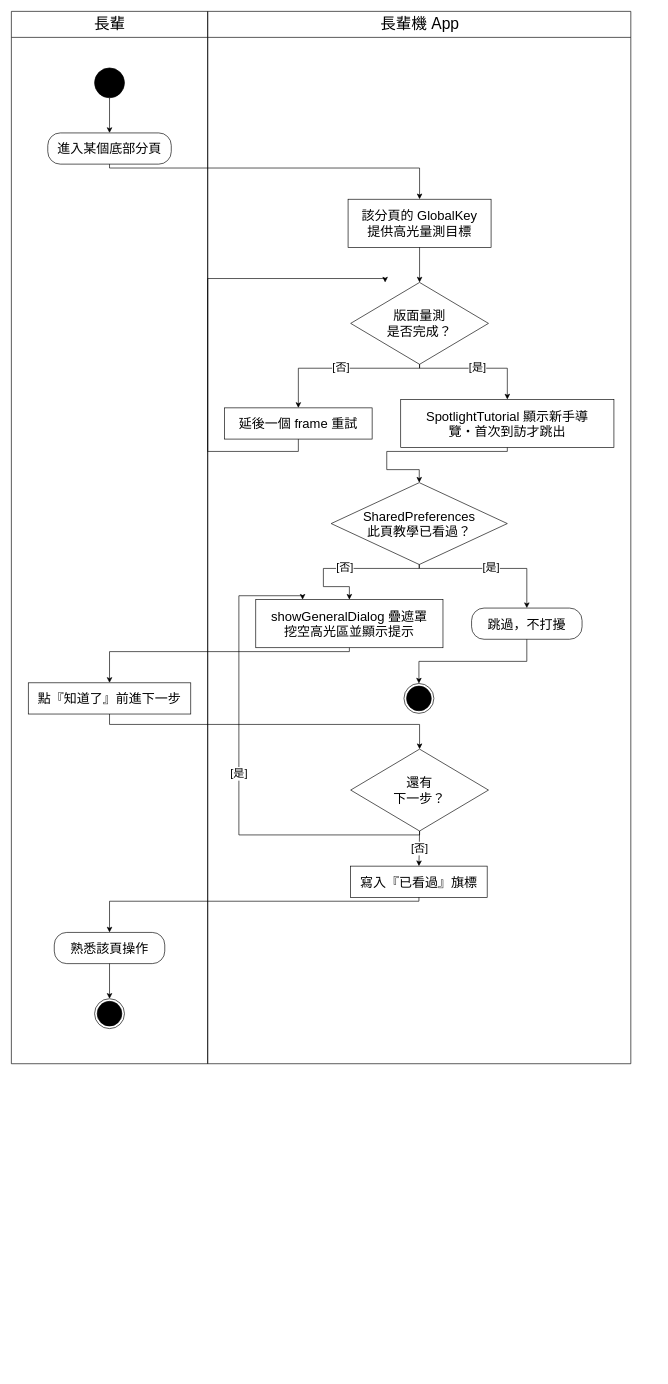
This is Uban System Documents/drawio圖/A09-新手引導.drawio from HuangYu-Kai/Uban, a draw.io file, before an edit. Source tidied: cells renumbered, new cells numbered last; positions are measured from the earlier drawing's top-left corner, leaving out a move shared by most shapes. Both pictures are drawn from the tidied source at 65%, with x=0, y=0 at pixel (11, 11).
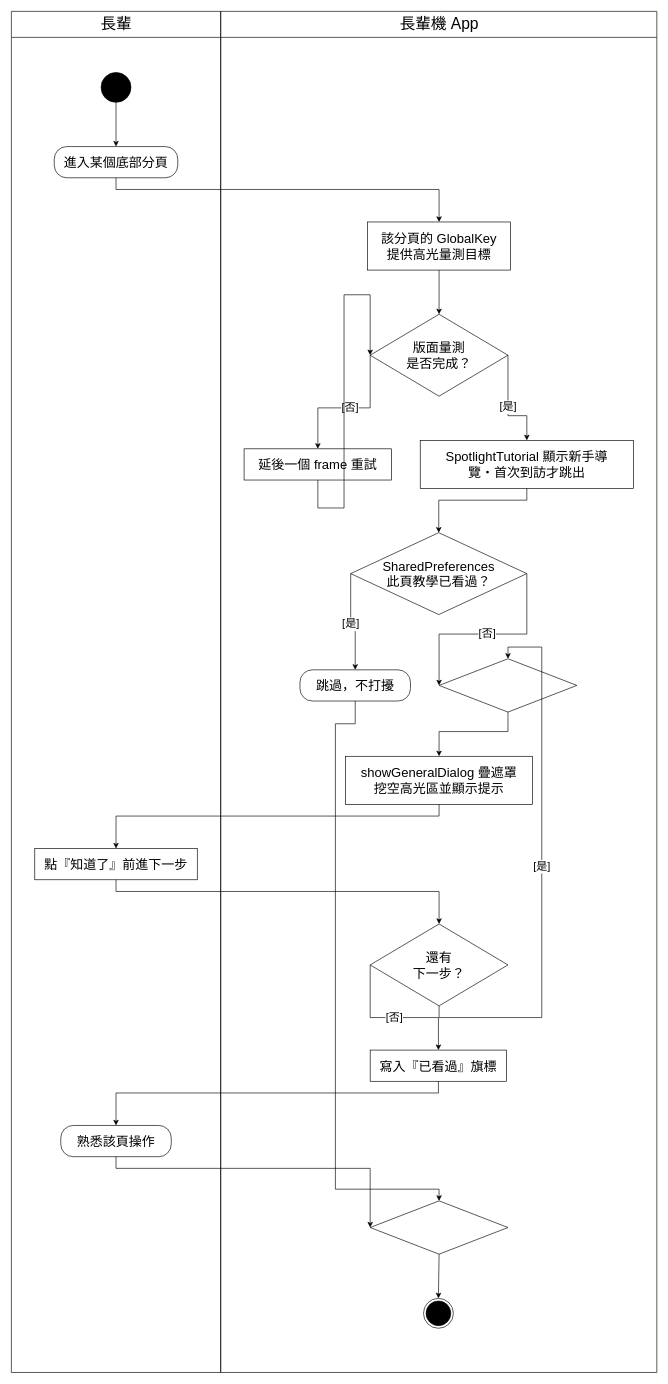
The same diagram, later.

What changed in the source:
```diff
@@
     <mxCell id="2" value="長輩" style="swimlane;html=1;horizontal=1;startSize=40;fillColor=none;strokeColor=#000000;fontSize=24;fontColor=#000000;fontStyle=0;swimlaneFillColor=none;" parent="1" vertex="1">
-      <mxGeometry width="302" height="1619" as="geometry" />
+      <mxGeometry width="322" height="2094" as="geometry" />
     </mxCell>
     <mxCell id="3" value="長輩機 App" style="swimlane;html=1;horizontal=1;startSize=40;fillColor=none;strokeColor=#000000;fontSize=24;fontColor=#000000;fontStyle=0;swimlaneFillColor=none;" parent="1" vertex="1">
-      <mxGeometry x="302" width="651" height="1619" as="geometry" />
+      <mxGeometry x="322" width="671" height="2094" as="geometry" />
     </mxCell>
     <mxCell id="4" style="ellipse;html=1;fillColor=#000000;strokeColor=#000000;" parent="2" vertex="1">
-      <mxGeometry x="128" y="87" width="46" height="46" as="geometry" />
+      <mxGeometry x="138" y="94" width="46" height="46" as="geometry" />
     </mxCell>
     <mxCell id="5" value="進入某個底部分頁" style="rounded=1;arcSize=40;whiteSpace=wrap;html=1;fillColor=#FFFFFF;strokeColor=#000000;fontSize=20;fontColor=#000000;" parent="2" vertex="1">
-      <mxGeometry x="56" y="187" width="190" height="48" as="geometry" />
+      <mxGeometry x="66" y="208" width="190" height="48" as="geometry" />
     </mxCell>
     <mxCell id="6" value="點『知道了』前進下一步" style="rounded=0;whiteSpace=wrap;html=1;fillColor=#FFFFFF;strokeColor=#000000;fontSize=20;fontColor=#000000;" parent="2" vertex="1">
-      <mxGeometry x="26" y="1033" width="250" height="48" as="geometry" />
+      <mxGeometry x="36" y="1288" width="250" height="48" as="geometry" />
     </mxCell>
     <mxCell id="7" value="熟悉該頁操作" style="rounded=1;arcSize=40;whiteSpace=wrap;html=1;fillColor=#FFFFFF;strokeColor=#000000;fontSize=20;fontColor=#000000;" parent="2" vertex="1">
-      <mxGeometry x="66" y="1417" width="170" height="48" as="geometry" />
+      <mxGeometry x="76" y="1714" width="170" height="48" as="geometry" />
     </mxCell>
-    <mxCell id="8" style="ellipse;html=1;shape=endState;fillColor=#000000;strokeColor=#000000;" parent="2" vertex="1">
-      <mxGeometry x="128" y="1519" width="46" height="46" as="geometry" />
-    </mxCell>
     <mxCell id="9" value="該分頁的 GlobalKey&lt;br&gt;提供高光量測目標" style="rounded=0;whiteSpace=wrap;html=1;fillColor=#FFFFFF;strokeColor=#000000;fontSize=20;fontColor=#000000;" parent="3" vertex="1">
-      <mxGeometry x="216" y="289" width="220" height="74" as="geometry" />
+      <mxGeometry x="226" y="324" width="220" height="74" as="geometry" />
     </mxCell>
     <mxCell id="10" value="版面量測&lt;br&gt;是否完成？" style="rhombus;whiteSpace=wrap;html=1;fillColor=#FFFFFF;strokeColor=#000000;fontSize=20;fontColor=#000000;" parent="3" vertex="1">
-      <mxGeometry x="220" y="417" width="212" height="126" as="geometry" />
+      <mxGeometry x="230" y="466" width="212" height="126" as="geometry" />
     </mxCell>
     <mxCell id="11" value="延後一個 frame 重試" style="rounded=0;whiteSpace=wrap;html=1;fillColor=#FFFFFF;strokeColor=#000000;fontSize=20;fontColor=#000000;" parent="3" vertex="1">
-      <mxGeometry x="26" y="610" width="227" height="48" as="geometry" />
+      <mxGeometry x="36" y="673" width="227" height="48" as="geometry" />
     </mxCell>
     <mxCell id="12" value="SpotlightTutorial 顯示新手導&lt;br&gt;覽・首次到訪才跳出" style="rounded=0;whiteSpace=wrap;html=1;fillColor=#FFFFFF;strokeColor=#000000;fontSize=20;fontColor=#000000;" parent="3" vertex="1">
-      <mxGeometry x="297" y="597" width="328" height="74" as="geometry" />
+      <mxGeometry x="307" y="660" width="328" height="74" as="geometry" />
     </mxCell>
     <mxCell id="13" value="SharedPreferences&lt;br&gt;此頁教學已看過？" style="rhombus;whiteSpace=wrap;html=1;fillColor=#FFFFFF;strokeColor=#000000;fontSize=20;fontColor=#000000;" parent="3" vertex="1">
-      <mxGeometry x="190" y="725" width="271" height="126" as="geometry" />
+      <mxGeometry x="200" y="802" width="271" height="126" as="geometry" />
     </mxCell>
     <mxCell id="14" value="showGeneralDialog 疊遮罩&lt;br&gt;挖空高光區並顯示提示" style="rounded=0;whiteSpace=wrap;html=1;fillColor=#FFFFFF;strokeColor=#000000;fontSize=20;fontColor=#000000;" parent="3" vertex="1">
-      <mxGeometry x="74" y="905" width="288" height="74" as="geometry" />
+      <mxGeometry x="192" y="1146" width="288" height="74" as="geometry" />
     </mxCell>
     <mxCell id="15" value="還有&lt;br&gt;下一步？" style="rhombus;whiteSpace=wrap;html=1;fillColor=#FFFFFF;strokeColor=#000000;fontSize=20;fontColor=#000000;" parent="3" vertex="1">
-      <mxGeometry x="220" y="1135" width="212" height="126" as="geometry" />
+      <mxGeometry x="230" y="1404" width="212" height="126" as="geometry" />
     </mxCell>
     <mxCell id="16" value="寫入『已看過』旗標" style="rounded=0;whiteSpace=wrap;html=1;fillColor=#FFFFFF;strokeColor=#000000;fontSize=20;fontColor=#000000;" parent="3" vertex="1">
-      <mxGeometry x="220" y="1315" width="210" height="48" as="geometry" />
+      <mxGeometry x="230" y="1598" width="210" height="48" as="geometry" />
     </mxCell>
     <mxCell id="17" value="跳過，不打擾" style="rounded=1;arcSize=40;whiteSpace=wrap;html=1;fillColor=#FFFFFF;strokeColor=#000000;fontSize=20;fontColor=#000000;" parent="3" vertex="1">
-      <mxGeometry x="406" y="918" width="170" height="48" as="geometry" />
+      <mxGeometry x="122" y="1013" width="170" height="48" as="geometry" />
     </mxCell>
-    <mxCell id="18" style="ellipse;html=1;shape=endState;fillColor=#000000;strokeColor=#000000;" parent="3" vertex="1">
-      <mxGeometry x="302" y="1034" width="46" height="46" as="geometry" />
-    </mxCell>
+    <mxCell id="35" style="rhombus;whiteSpace=wrap;html=1;fillColor=#FFFFFF;strokeColor=#000000;fontSize=20;fontColor=#000000;" parent="3" vertex="1">
+      <mxGeometry x="336" y="996" width="212" height="82" as="geometry" />
+    </mxCell>
+    <mxCell id="36" style="rhombus;whiteSpace=wrap;html=1;fillColor=#FFFFFF;strokeColor=#000000;fontSize=20;fontColor=#000000;" parent="3" vertex="1">
+      <mxGeometry x="230" y="1830" width="212" height="82" as="geometry" />
+    </mxCell>
+    <mxCell id="37" style="ellipse;html=1;shape=endState;fillColor=#000000;strokeColor=#000000;" parent="3" vertex="1">
+      <mxGeometry x="312" y="1980" width="46" height="46" as="geometry" />
+    </mxCell>
@@
     <mxCell id="20" style="edgeStyle=none;rounded=0;html=1;strokeColor=#000000;fontSize=17;fontColor=#000000;labelBackgroundColor=#FFFFFF;endArrow=classic;endFill=1;exitPerimeter=0;entryPerimeter=0;exitX=0.5;exitY=1;exitDx=0;exitDy=0;entryX=0.5;entryY=0;entryDx=0;entryDy=0;" parent="1" edge="1" source="5" target="9">
       <mxGeometry relative="1" as="geometry">
         <Array as="points">
-          <mxPoint x="151" y="241" />
-          <mxPoint x="628" y="241" />
+          <mxPoint x="161" y="274" />
+          <mxPoint x="658" y="274" />
         </Array>
       </mxGeometry>
     </mxCell>
@@
-    <mxCell id="22" value="[否]" style="edgeStyle=none;rounded=0;html=1;strokeColor=#000000;fontSize=17;fontColor=#000000;labelBackgroundColor=#FFFFFF;endArrow=classic;endFill=1;exitPerimeter=0;entryPerimeter=0;exitX=0.5;exitY=1;exitDx=0;exitDy=0;entryX=0.5;entryY=0;entryDx=0;entryDy=0;" parent="1" edge="1" source="10" target="11">
+    <mxCell id="22" value="[否]" style="edgeStyle=none;rounded=0;html=1;strokeColor=#000000;fontSize=17;fontColor=#000000;labelBackgroundColor=#FFFFFF;endArrow=classic;endFill=1;exitPerimeter=0;entryPerimeter=0;exitX=0;exitY=0.5;exitDx=0;exitDy=0;entryX=0.5;entryY=0;entryDx=0;entryDy=0;" parent="1" edge="1" source="10" target="11">
       <mxGeometry relative="1" as="geometry">
         <Array as="points">
-          <mxPoint x="628" y="549" />
-          <mxPoint x="441.5" y="549" />
+          <mxPoint x="552" y="610" />
+          <mxPoint x="471.5" y="610" />
         </Array>
       </mxGeometry>
     </mxCell>
-    <mxCell id="23" style="edgeStyle=none;rounded=0;html=1;strokeColor=#000000;fontSize=17;fontColor=#000000;labelBackgroundColor=#FFFFFF;endArrow=classic;endFill=1;exitPerimeter=0;entryPerimeter=0;exitX=0.5;exitY=1;exitDx=0;exitDy=0;entryX=0.25;entryY=0;entryDx=0;entryDy=0;" parent="1" edge="1" source="11" target="10">
+    <mxCell id="23" style="edgeStyle=none;rounded=0;html=1;strokeColor=#000000;fontSize=17;fontColor=#000000;labelBackgroundColor=#FFFFFF;endArrow=classic;endFill=1;exitPerimeter=0;entryPerimeter=0;exitX=0.5;exitY=1;exitDx=0;exitDy=0;entryX=0;entryY=0.5;entryDx=0;entryDy=0;" parent="1" edge="1" source="11" target="10">
       <mxGeometry relative="1" as="geometry">
         <Array as="points">
-          <mxPoint x="441.5" y="677" />
-          <mxPoint x="302" y="677" />
-          <mxPoint x="302" y="411" />
-          <mxPoint x="575" y="411" />
+          <mxPoint x="471.5" y="764" />
+          <mxPoint x="511.8" y="764" />
+          <mxPoint x="511.8" y="436" />
+          <mxPoint x="552" y="436" />
         </Array>
       </mxGeometry>
     </mxCell>
-    <mxCell id="24" value="[是]" style="edgeStyle=none;rounded=0;html=1;strokeColor=#000000;fontSize=17;fontColor=#000000;labelBackgroundColor=#FFFFFF;endArrow=classic;endFill=1;exitPerimeter=0;entryPerimeter=0;exitX=0.5;exitY=1;exitDx=0;exitDy=0;entryX=0.5;entryY=0;entryDx=0;entryDy=0;" parent="1" edge="1" source="10" target="12">
+    <mxCell id="24" value="[是]" style="edgeStyle=none;rounded=0;html=1;strokeColor=#000000;fontSize=17;fontColor=#000000;labelBackgroundColor=#FFFFFF;endArrow=classic;endFill=1;exitPerimeter=0;entryPerimeter=0;exitX=1;exitY=0.5;exitDx=0;exitDy=0;entryX=0.5;entryY=0;entryDx=0;entryDy=0;" parent="1" edge="1" source="10" target="12">
       <mxGeometry relative="1" as="geometry">
         <Array as="points">
-          <mxPoint x="628" y="549" />
-          <mxPoint x="763" y="549" />
+          <mxPoint x="764" y="622" />
+          <mxPoint x="793" y="622" />
         </Array>
       </mxGeometry>
     </mxCell>
     <mxCell id="25" style="edgeStyle=none;rounded=0;html=1;strokeColor=#000000;fontSize=17;fontColor=#000000;labelBackgroundColor=#FFFFFF;endArrow=classic;endFill=1;exitPerimeter=0;entryPerimeter=0;exitX=0.5;exitY=1;exitDx=0;exitDy=0;entryX=0.5;entryY=0;entryDx=0;entryDy=0;" parent="1" edge="1" source="12" target="13">
       <mxGeometry relative="1" as="geometry">
         <Array as="points">
-          <mxPoint x="763" y="677" />
-          <mxPoint x="577.5" y="677" />
-          <mxPoint x="577.5" y="705" />
-          <mxPoint x="627.5" y="705" />
+          <mxPoint x="793" y="752" />
+          <mxPoint x="657.5" y="752" />
         </Array>
       </mxGeometry>
     </mxCell>
-    <mxCell id="26" value="[是]" style="edgeStyle=none;rounded=0;html=1;strokeColor=#000000;fontSize=17;fontColor=#000000;labelBackgroundColor=#FFFFFF;endArrow=classic;endFill=1;exitPerimeter=0;entryPerimeter=0;exitX=0.5;exitY=1;exitDx=0;exitDy=0;entryX=0.5;entryY=0;entryDx=0;entryDy=0;" parent="1" edge="1" source="13" target="17">
+    <mxCell id="26" value="[是]" style="edgeStyle=none;rounded=0;html=1;strokeColor=#000000;fontSize=17;fontColor=#000000;labelBackgroundColor=#FFFFFF;endArrow=classic;endFill=1;exitPerimeter=0;entryPerimeter=0;exitX=0;exitY=0.5;exitDx=0;exitDy=0;entryX=0.5;entryY=0;entryDx=0;entryDy=0;" parent="1" edge="1" source="13" target="17">
       <mxGeometry relative="1" as="geometry">
         <Array as="points">
-          <mxPoint x="627.5" y="857" />
-          <mxPoint x="793" y="857" />
+          <mxPoint x="522" y="946" />
+          <mxPoint x="529" y="946" />
         </Array>
       </mxGeometry>
     </mxCell>
-    <mxCell id="27" value="[否]" style="edgeStyle=none;rounded=0;html=1;strokeColor=#000000;fontSize=17;fontColor=#000000;labelBackgroundColor=#FFFFFF;endArrow=classic;endFill=1;exitPerimeter=0;entryPerimeter=0;exitX=0.5;exitY=1;exitDx=0;exitDy=0;entryX=0.5;entryY=0;entryDx=0;entryDy=0;" parent="1" edge="1" source="13" target="14">
+    <mxCell id="27" value="[否]" style="edgeStyle=none;rounded=0;html=1;strokeColor=#000000;fontSize=17;fontColor=#000000;labelBackgroundColor=#FFFFFF;endArrow=classic;endFill=1;exitPerimeter=0;entryPerimeter=0;exitX=1;exitY=0.5;exitDx=0;exitDy=0;entryX=0;entryY=0.5;entryDx=0;entryDy=0;" parent="1" edge="1" source="13" target="35">
       <mxGeometry relative="1" as="geometry">
         <Array as="points">
-          <mxPoint x="627.5" y="857" />
-          <mxPoint x="480" y="857" />
-          <mxPoint x="480" y="885" />
-          <mxPoint x="520" y="885" />
+          <mxPoint x="793" y="958" />
+          <mxPoint x="658" y="958" />
         </Array>
       </mxGeometry>
     </mxCell>
     <mxCell id="28" style="edgeStyle=none;rounded=0;html=1;strokeColor=#000000;fontSize=17;fontColor=#000000;labelBackgroundColor=#FFFFFF;endArrow=classic;endFill=1;exitPerimeter=0;entryPerimeter=0;exitX=0.5;exitY=1;exitDx=0;exitDy=0;entryX=0.5;entryY=0;entryDx=0;entryDy=0;" parent="1" edge="1" source="14" target="6">
       <mxGeometry relative="1" as="geometry">
         <Array as="points">
-          <mxPoint x="520" y="985" />
-          <mxPoint x="151" y="985" />
+          <mxPoint x="658" y="1238" />
+          <mxPoint x="161" y="1238" />
         </Array>
       </mxGeometry>
     </mxCell>
     <mxCell id="29" style="edgeStyle=none;rounded=0;html=1;strokeColor=#000000;fontSize=17;fontColor=#000000;labelBackgroundColor=#FFFFFF;endArrow=classic;endFill=1;exitPerimeter=0;entryPerimeter=0;exitX=0.5;exitY=1;exitDx=0;exitDy=0;entryX=0.5;entryY=0;entryDx=0;entryDy=0;" parent="1" edge="1" source="6" target="15">
       <mxGeometry relative="1" as="geometry">
         <Array as="points">
-          <mxPoint x="151" y="1097" />
-          <mxPoint x="628" y="1097" />
+          <mxPoint x="161" y="1354" />
+          <mxPoint x="658" y="1354" />
         </Array>
       </mxGeometry>
     </mxCell>
-    <mxCell id="30" value="[是]" style="edgeStyle=none;rounded=0;html=1;strokeColor=#000000;fontSize=17;fontColor=#000000;labelBackgroundColor=#FFFFFF;endArrow=classic;endFill=1;exitPerimeter=0;entryPerimeter=0;exitX=0.5;exitY=1;exitDx=0;exitDy=0;entryX=0.25;entryY=0;entryDx=0;entryDy=0;" parent="1" edge="1" source="15" target="14">
+    <mxCell id="30" value="[是]" style="edgeStyle=none;rounded=0;html=1;strokeColor=#000000;fontSize=17;fontColor=#000000;labelBackgroundColor=#FFFFFF;endArrow=classic;endFill=1;exitPerimeter=0;entryPerimeter=0;exitX=0.5;exitY=1;exitDx=0;exitDy=0;entryX=0.5;entryY=0;entryDx=0;entryDy=0;" parent="1" edge="1" source="15" target="35">
       <mxGeometry relative="1" as="geometry">
         <Array as="points">
-          <mxPoint x="628" y="1267" />
-          <mxPoint x="350" y="1267" />
-          <mxPoint x="350" y="899" />
-          <mxPoint x="448" y="899" />
+          <mxPoint x="658" y="1548" />
+          <mxPoint x="816" y="1548" />
+          <mxPoint x="816" y="978" />
+          <mxPoint x="764" y="978" />
         </Array>
       </mxGeometry>
     </mxCell>
-    <mxCell id="31" value="[否]" style="edgeStyle=none;rounded=0;html=1;strokeColor=#000000;fontSize=17;fontColor=#000000;labelBackgroundColor=#FFFFFF;endArrow=classic;endFill=1;exitPerimeter=0;entryPerimeter=0;exitX=0.5;exitY=1;exitDx=0;exitDy=0;entryX=0.5;entryY=0;entryDx=0;entryDy=0;" parent="1" edge="1" source="15" target="16">
-      <mxGeometry relative="1" as="geometry" />
+    <mxCell id="31" value="[否]" style="edgeStyle=none;rounded=0;html=1;strokeColor=#000000;fontSize=17;fontColor=#000000;labelBackgroundColor=#FFFFFF;endArrow=classic;endFill=1;exitPerimeter=0;entryPerimeter=0;exitX=0;exitY=0.5;exitDx=0;exitDy=0;entryX=0.5;entryY=0;entryDx=0;entryDy=0;" parent="1" edge="1" source="15" target="16">
+      <mxGeometry relative="1" as="geometry">
+        <Array as="points">
+          <mxPoint x="552" y="1548" />
+          <mxPoint x="657" y="1548" />
+        </Array>
+      </mxGeometry>
     </mxCell>
     <mxCell id="32" style="edgeStyle=none;rounded=0;html=1;strokeColor=#000000;fontSize=17;fontColor=#000000;labelBackgroundColor=#FFFFFF;endArrow=classic;endFill=1;exitPerimeter=0;entryPerimeter=0;exitX=0.5;exitY=1;exitDx=0;exitDy=0;entryX=0.5;entryY=0;entryDx=0;entryDy=0;" parent="1" edge="1" source="16" target="7">
       <mxGeometry relative="1" as="geometry">
         <Array as="points">
-          <mxPoint x="627" y="1369" />
-          <mxPoint x="151" y="1369" />
+          <mxPoint x="657" y="1664" />
+          <mxPoint x="161" y="1664" />
         </Array>
       </mxGeometry>
     </mxCell>
-    <mxCell id="33" style="edgeStyle=none;rounded=0;html=1;strokeColor=#000000;fontSize=17;fontColor=#000000;labelBackgroundColor=#FFFFFF;endArrow=classic;endFill=1;exitPerimeter=0;entryPerimeter=0;exitX=0.5;exitY=1;exitDx=0;exitDy=0;entryX=0.5;entryY=0;entryDx=0;entryDy=0;" parent="1" edge="1" source="7" target="8">
-      <mxGeometry relative="1" as="geometry" />
+    <mxCell id="33" style="edgeStyle=none;rounded=0;html=1;strokeColor=#000000;fontSize=17;fontColor=#000000;labelBackgroundColor=#FFFFFF;endArrow=classic;endFill=1;exitPerimeter=0;entryPerimeter=0;exitX=0.5;exitY=1;exitDx=0;exitDy=0;entryX=0;entryY=0.5;entryDx=0;entryDy=0;" parent="1" edge="1" source="7" target="36">
+      <mxGeometry relative="1" as="geometry">
+        <Array as="points">
+          <mxPoint x="161" y="1780" />
+          <mxPoint x="552" y="1780" />
+        </Array>
+      </mxGeometry>
     </mxCell>
-    <mxCell id="34" style="edgeStyle=none;rounded=0;html=1;strokeColor=#000000;fontSize=17;fontColor=#000000;labelBackgroundColor=#FFFFFF;endArrow=classic;endFill=1;exitPerimeter=0;entryPerimeter=0;exitX=0.5;exitY=1;exitDx=0;exitDy=0;entryX=0.5;entryY=0;entryDx=0;entryDy=0;" parent="1" edge="1" source="17" target="18">
+    <mxCell id="34" style="edgeStyle=none;rounded=0;html=1;strokeColor=#000000;fontSize=17;fontColor=#000000;labelBackgroundColor=#FFFFFF;endArrow=classic;endFill=1;exitPerimeter=0;entryPerimeter=0;exitX=0.5;exitY=1;exitDx=0;exitDy=0;entryX=0.5;entryY=0;entryDx=0;entryDy=0;" parent="1" edge="1" source="17" target="36">
       <mxGeometry relative="1" as="geometry">
         <Array as="points">
-          <mxPoint x="793" y="1000" />
-          <mxPoint x="627" y="1000" />
+          <mxPoint x="529" y="1096" />
+          <mxPoint x="498.5" y="1096" />
+          <mxPoint x="498.5" y="1812" />
+          <mxPoint x="658" y="1812" />
         </Array>
       </mxGeometry>
     </mxCell>
+    <mxCell id="38" style="edgeStyle=none;rounded=0;html=1;strokeColor=#000000;fontSize=17;fontColor=#000000;labelBackgroundColor=#FFFFFF;endArrow=classic;endFill=1;exitPerimeter=0;entryPerimeter=0;exitX=0.5;exitY=1;exitDx=0;exitDy=0;entryX=0.5;entryY=0;entryDx=0;entryDy=0;" parent="1" edge="1" source="35" target="14">
+      <mxGeometry relative="1" as="geometry">
+        <Array as="points">
+          <mxPoint x="764" y="1108" />
+          <mxPoint x="658" y="1108" />
+        </Array>
+      </mxGeometry>
+    </mxCell>
+    <mxCell id="39" style="edgeStyle=none;rounded=0;html=1;strokeColor=#000000;fontSize=17;fontColor=#000000;labelBackgroundColor=#FFFFFF;endArrow=classic;endFill=1;exitPerimeter=0;entryPerimeter=0;exitX=0.5;exitY=1;exitDx=0;exitDy=0;entryX=0.5;entryY=0;entryDx=0;entryDy=0;" parent="1" edge="1" source="36" target="37">
+      <mxGeometry relative="1" as="geometry" />
+    </mxCell>
```
